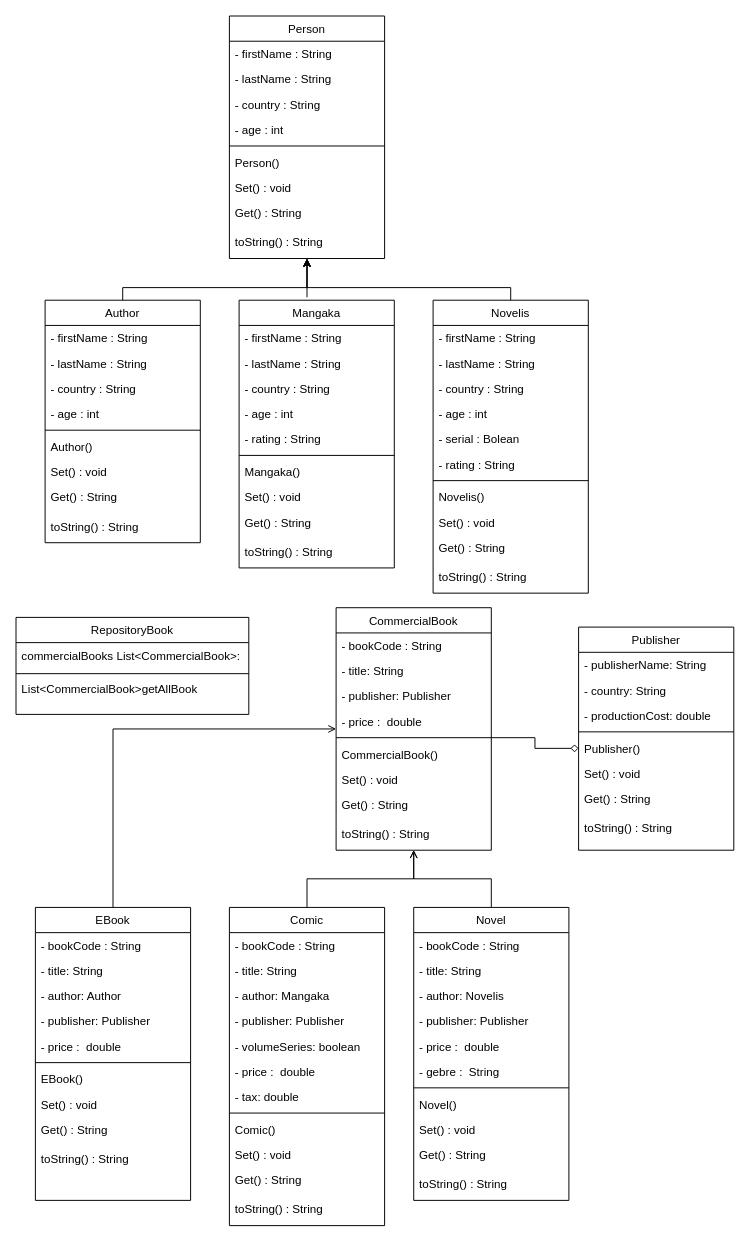
Before: Diagram_latian-book-case-sahrul.drawio in sahrul1610/Learning_java, a draw.io diagram. Source tidied: cells renumbered, new cells numbered last; positions are measured from the earlier drawing's top-left corner, leaving out a move shared by most shapes. Both pictures are drawn from the tidied source at 97%, with x=0, y=0 at pixel (16, 16).
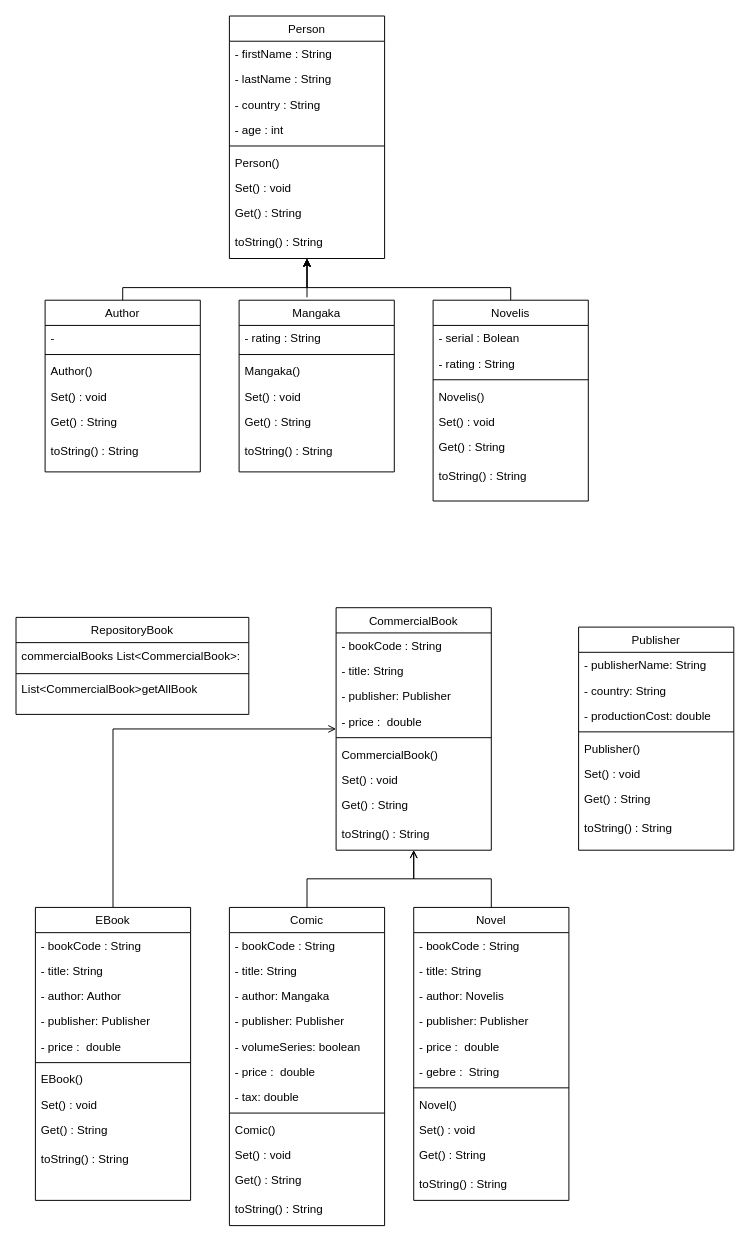
The same page after the edit.

The change refers to these unchanged cells:
```xml
<mxCell id="56" style="line;html=1;strokeWidth=1;align=left;verticalAlign=middle;spacingTop=-1;spacingLeft=3;spacingRight=3;labelPosition=right;points=[];portConstraint=eastwest;" parent="51" vertex="1">
  <mxGeometry y="130" width="160" height="8" as="geometry" />
</mxCell>
<mxCell id="102" value="Publisher()" style="text;align=left;verticalAlign=top;spacingLeft=4;spacingRight=4;overflow=hidden;points=[[0,0.5],[1,0.5]];portConstraint=eastwest;" parent="97" vertex="1">
  <mxGeometry y="112" width="160" height="26" as="geometry" />
</mxCell>
```

The edit, as a diff of the source:
```diff
@@
     <mxCell id="15" value="Author" style="swimlane;fontStyle=0;align=center;verticalAlign=top;horizontal=1;startSize=26;rounded=0;shadow=0;strokeWidth=1;" parent="1" vertex="1">
-      <mxGeometry x="30" y="293" width="160" height="250" as="geometry" />
+      <mxGeometry x="30" y="293" width="160" height="177" as="geometry" />
     </mxCell>
-    <mxCell id="16" value="- firstName : String" style="text;align=left;verticalAlign=top;spacingLeft=4;spacingRight=4;overflow=hidden;" parent="15" vertex="1">
-      <mxGeometry y="26" width="160" height="26" as="geometry" />
-    </mxCell>
-    <mxCell id="17" value="- lastName : String" style="text;align=left;verticalAlign=top;spacingLeft=4;spacingRight=4;overflow=hidden;rounded=0;shadow=0;html=0;" parent="15" vertex="1">
-      <mxGeometry y="52" width="160" height="26" as="geometry" />
-    </mxCell>
-    <mxCell id="18" value="- country : String" style="text;align=left;verticalAlign=top;spacingLeft=4;spacingRight=4;overflow=hidden;rounded=0;shadow=0;html=0;" parent="15" vertex="1">
-      <mxGeometry y="78" width="160" height="26" as="geometry" />
-    </mxCell>
-    <mxCell id="19" value="- age : int" style="text;align=left;verticalAlign=top;spacingLeft=4;spacingRight=4;overflow=hidden;rounded=0;shadow=0;html=0;" parent="15" vertex="1">
-      <mxGeometry y="104" width="160" height="26" as="geometry" />
+    <mxCell id="19" value="-" style="text;align=left;verticalAlign=top;spacingLeft=4;spacingRight=4;overflow=hidden;rounded=0;shadow=0;html=0;" parent="15" vertex="1">
+      <mxGeometry y="26" width="160" height="26" as="geometry" />
     </mxCell>
     <mxCell id="20" style="line;html=1;strokeWidth=1;align=left;verticalAlign=middle;spacingTop=-1;spacingLeft=3;spacingRight=3;labelPosition=right;" parent="15" vertex="1">
-      <mxGeometry y="130" width="160" height="8" as="geometry" />
+      <mxGeometry y="52" width="160" height="8" as="geometry" />
     </mxCell>
     <mxCell id="21" value="Author()" style="text;align=left;verticalAlign=top;spacingLeft=4;spacingRight=4;overflow=hidden;" parent="15" vertex="1">
-      <mxGeometry y="138" width="160" height="26" as="geometry" />
+      <mxGeometry y="60" width="160" height="26" as="geometry" />
     </mxCell>
     <mxCell id="22" value="Set() : void" style="text;align=left;verticalAlign=top;spacingLeft=4;spacingRight=4;overflow=hidden;" parent="15" vertex="1">
-      <mxGeometry y="164" width="160" height="26" as="geometry" />
+      <mxGeometry y="86" width="160" height="26" as="geometry" />
     </mxCell>
     <mxCell id="23" value="Get() : String" style="text;align=left;verticalAlign=top;spacingLeft=4;spacingRight=4;overflow=hidden;" parent="15" vertex="1">
-      <mxGeometry y="190" width="160" height="30" as="geometry" />
+      <mxGeometry y="112" width="160" height="30" as="geometry" />
     </mxCell>
     <mxCell id="24" value="toString() : String" style="text;align=left;verticalAlign=top;spacingLeft=4;spacingRight=4;overflow=hidden;" parent="15" vertex="1">
-      <mxGeometry y="220" width="160" height="30" as="geometry" />
+      <mxGeometry y="142" width="160" height="30" as="geometry" />
     </mxCell>
     <mxCell id="25" value="Mangaka" style="swimlane;fontStyle=0;align=center;verticalAlign=top;horizontal=1;startSize=26;rounded=0;shadow=0;strokeWidth=1;" parent="1" vertex="1">
-      <mxGeometry x="230" y="293" width="160" height="276" as="geometry" />
+      <mxGeometry x="230" y="293" width="160" height="177" as="geometry" />
     </mxCell>
-    <mxCell id="26" value="- firstName : String" style="text;align=left;verticalAlign=top;spacingLeft=4;spacingRight=4;overflow=hidden;" parent="25" vertex="1">
-      <mxGeometry y="26" width="160" height="26" as="geometry" />
-    </mxCell>
-    <mxCell id="27" value="- lastName : String" style="text;align=left;verticalAlign=top;spacingLeft=4;spacingRight=4;overflow=hidden;rounded=0;shadow=0;html=0;" parent="25" vertex="1">
-      <mxGeometry y="52" width="160" height="26" as="geometry" />
-    </mxCell>
-    <mxCell id="28" value="- country : String" style="text;align=left;verticalAlign=top;spacingLeft=4;spacingRight=4;overflow=hidden;rounded=0;shadow=0;html=0;" parent="25" vertex="1">
-      <mxGeometry y="78" width="160" height="26" as="geometry" />
-    </mxCell>
-    <mxCell id="29" value="- age : int" style="text;align=left;verticalAlign=top;spacingLeft=4;spacingRight=4;overflow=hidden;rounded=0;shadow=0;html=0;" parent="25" vertex="1">
-      <mxGeometry y="104" width="160" height="26" as="geometry" />
-    </mxCell>
     <mxCell id="30" value="- rating : String" style="text;align=left;verticalAlign=top;spacingLeft=4;spacingRight=4;overflow=hidden;rounded=0;shadow=0;html=0;" parent="25" vertex="1">
-      <mxGeometry y="130" width="160" height="26" as="geometry" />
+      <mxGeometry y="26" width="160" height="26" as="geometry" />
     </mxCell>
     <mxCell id="31" style="line;html=1;strokeWidth=1;align=left;verticalAlign=middle;spacingTop=-1;spacingLeft=3;spacingRight=3;labelPosition=right;" parent="25" vertex="1">
-      <mxGeometry y="156" width="160" height="8" as="geometry" />
+      <mxGeometry y="52" width="160" height="8" as="geometry" />
     </mxCell>
     <mxCell id="32" value="Mangaka()" style="text;align=left;verticalAlign=top;spacingLeft=4;spacingRight=4;overflow=hidden;" parent="25" vertex="1">
-      <mxGeometry y="164" width="160" height="26" as="geometry" />
+      <mxGeometry y="60" width="160" height="26" as="geometry" />
     </mxCell>
     <mxCell id="33" value="Set() : void" style="text;align=left;verticalAlign=top;spacingLeft=4;spacingRight=4;overflow=hidden;" parent="25" vertex="1">
-      <mxGeometry y="190" width="160" height="26" as="geometry" />
+      <mxGeometry y="86" width="160" height="26" as="geometry" />
     </mxCell>
     <mxCell id="34" value="Get() : String" style="text;align=left;verticalAlign=top;spacingLeft=4;spacingRight=4;overflow=hidden;" parent="25" vertex="1">
-      <mxGeometry y="216" width="160" height="30" as="geometry" />
+      <mxGeometry y="112" width="160" height="30" as="geometry" />
     </mxCell>
     <mxCell id="35" value="toString() : String" style="text;align=left;verticalAlign=top;spacingLeft=4;spacingRight=4;overflow=hidden;" parent="25" vertex="1">
-      <mxGeometry y="246" width="160" height="30" as="geometry" />
+      <mxGeometry y="142" width="160" height="30" as="geometry" />
     </mxCell>
     <mxCell id="36" value="Novelis" style="swimlane;fontStyle=0;align=center;verticalAlign=top;horizontal=1;startSize=26;rounded=0;shadow=0;strokeWidth=1;" parent="1" vertex="1">
-      <mxGeometry x="430" y="293" width="160" height="302" as="geometry" />
+      <mxGeometry x="430" y="293" width="160" height="207" as="geometry" />
     </mxCell>
-    <mxCell id="37" value="- firstName : String" style="text;align=left;verticalAlign=top;spacingLeft=4;spacingRight=4;overflow=hidden;" parent="36" vertex="1">
-      <mxGeometry y="26" width="160" height="26" as="geometry" />
-    </mxCell>
-    <mxCell id="38" value="- lastName : String" style="text;align=left;verticalAlign=top;spacingLeft=4;spacingRight=4;overflow=hidden;rounded=0;shadow=0;html=0;" parent="36" vertex="1">
-      <mxGeometry y="52" width="160" height="26" as="geometry" />
-    </mxCell>
-    <mxCell id="39" value="- country : String" style="text;align=left;verticalAlign=top;spacingLeft=4;spacingRight=4;overflow=hidden;rounded=0;shadow=0;html=0;" parent="36" vertex="1">
-      <mxGeometry y="78" width="160" height="26" as="geometry" />
-    </mxCell>
-    <mxCell id="40" value="- age : int" style="text;align=left;verticalAlign=top;spacingLeft=4;spacingRight=4;overflow=hidden;rounded=0;shadow=0;html=0;" parent="36" vertex="1">
-      <mxGeometry y="104" width="160" height="26" as="geometry" />
-    </mxCell>
     <mxCell id="41" value="- serial : Bolean" style="text;align=left;verticalAlign=top;spacingLeft=4;spacingRight=4;overflow=hidden;rounded=0;shadow=0;html=0;" parent="36" vertex="1">
-      <mxGeometry y="130" width="160" height="26" as="geometry" />
+      <mxGeometry y="26" width="160" height="26" as="geometry" />
     </mxCell>
     <mxCell id="42" value="- rating : String" style="text;align=left;verticalAlign=top;spacingLeft=4;spacingRight=4;overflow=hidden;rounded=0;shadow=0;html=0;" parent="36" vertex="1">
-      <mxGeometry y="156" width="160" height="26" as="geometry" />
+      <mxGeometry y="52" width="160" height="26" as="geometry" />
     </mxCell>
     <mxCell id="43" style="line;html=1;strokeWidth=1;align=left;verticalAlign=middle;spacingTop=-1;spacingLeft=3;spacingRight=3;labelPosition=right;" parent="36" vertex="1">
-      <mxGeometry y="182" width="160" height="8" as="geometry" />
+      <mxGeometry y="78" width="160" height="8" as="geometry" />
     </mxCell>
     <mxCell id="44" value="Novelis()" style="text;align=left;verticalAlign=top;spacingLeft=4;spacingRight=4;overflow=hidden;" parent="36" vertex="1">
-      <mxGeometry y="190" width="160" height="26" as="geometry" />
+      <mxGeometry y="86" width="160" height="26" as="geometry" />
     </mxCell>
     <mxCell id="45" value="Set() : void" style="text;align=left;verticalAlign=top;spacingLeft=4;spacingRight=4;overflow=hidden;" parent="36" vertex="1">
-      <mxGeometry y="216" width="160" height="26" as="geometry" />
+      <mxGeometry y="112" width="160" height="26" as="geometry" />
     </mxCell>
     <mxCell id="46" value="Get() : String" style="text;align=left;verticalAlign=top;spacingLeft=4;spacingRight=4;overflow=hidden;" parent="36" vertex="1">
-      <mxGeometry y="242" width="160" height="30" as="geometry" />
+      <mxGeometry y="138" width="160" height="30" as="geometry" />
     </mxCell>
     <mxCell id="47" value="toString() : String" style="text;align=left;verticalAlign=top;spacingLeft=4;spacingRight=4;overflow=hidden;" parent="36" vertex="1">
-      <mxGeometry y="272" width="160" height="30" as="geometry" />
+      <mxGeometry y="168" width="160" height="30" as="geometry" />
     </mxCell>
@@
-    <mxCell id="110" style="edgeStyle=orthogonalEdgeStyle;rounded=0;jettySize=auto;html=1;exitX=0;exitY=0.5;exitDx=0;exitDy=0;endArrow=none;endFill=0;startArrow=diamond;startFill=0;" parent="1" edge="1" source="102" target="56">
-      <mxGeometry relative="1" as="geometry" />
-    </mxCell>
```
